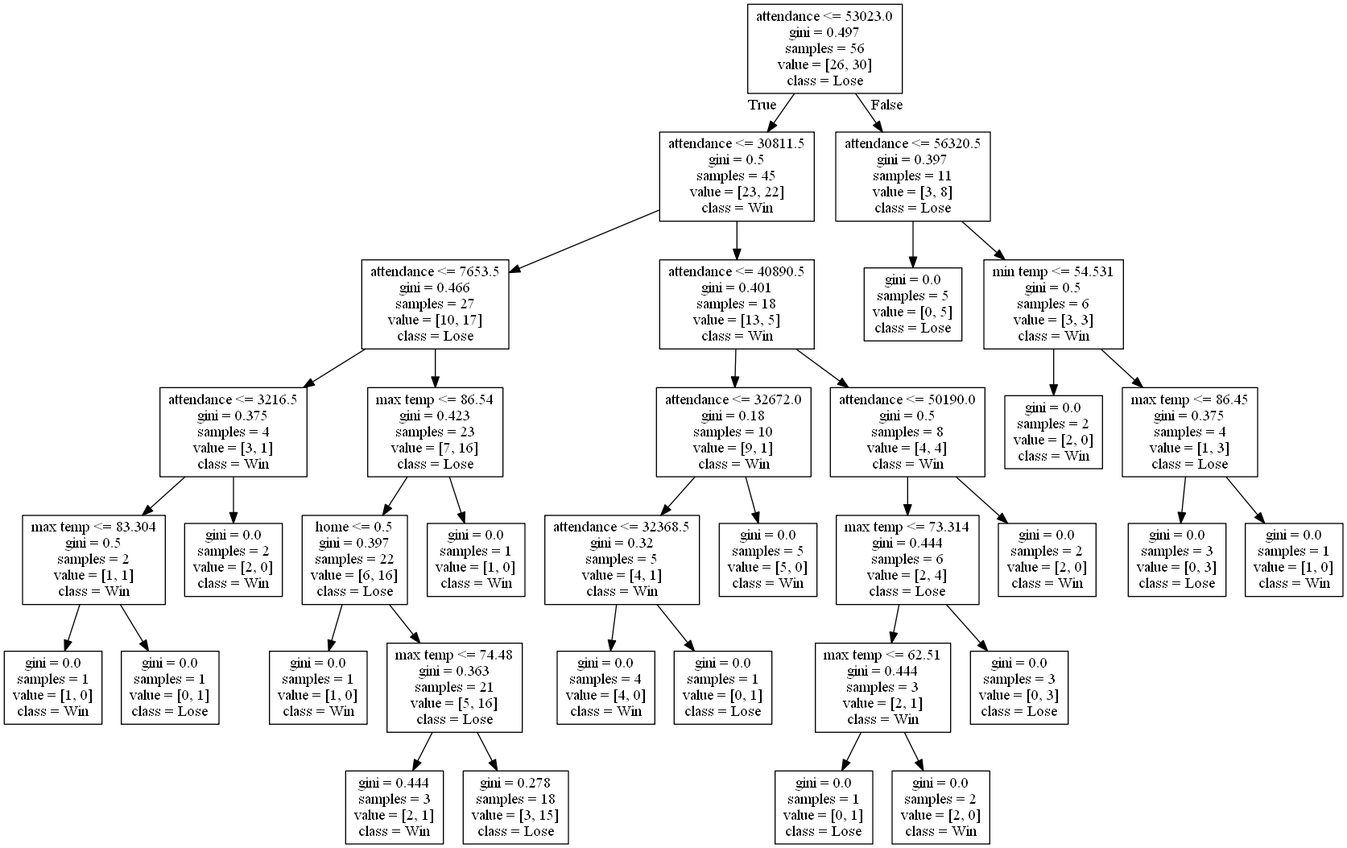
The Graphviz diagram DecisionTrees/decision_tree_no_score4.png in alexana-steck/CSE482Project, before a commit. Its source is kept beside it as DecisionTrees/decision_tree_no_score4.dot. Its diagram source:
```dot
digraph Tree {
node [shape=box] ;
0 [label="attendance <= 53023.0\ngini = 0.497\nsamples = 56\nvalue = [26, 30]\nclass = Lose"] ;
1 [label="attendance <= 30811.5\ngini = 0.5\nsamples = 45\nvalue = [23, 22]\nclass = Win"] ;
0 -> 1 [labeldistance=2.5, labelangle=45, headlabel="True"] ;
2 [label="attendance <= 7653.5\ngini = 0.466\nsamples = 27\nvalue = [10, 17]\nclass = Lose"] ;
1 -> 2 ;
3 [label="attendance <= 3216.5\ngini = 0.375\nsamples = 4\nvalue = [3, 1]\nclass = Win"] ;
2 -> 3 ;
4 [label="max temp <= 83.304\ngini = 0.5\nsamples = 2\nvalue = [1, 1]\nclass = Win"] ;
3 -> 4 ;
5 [label="gini = 0.0\nsamples = 1\nvalue = [1, 0]\nclass = Win"] ;
4 -> 5 ;
6 [label="gini = 0.0\nsamples = 1\nvalue = [0, 1]\nclass = Lose"] ;
4 -> 6 ;
7 [label="gini = 0.0\nsamples = 2\nvalue = [2, 0]\nclass = Win"] ;
3 -> 7 ;
8 [label="max temp <= 86.54\ngini = 0.423\nsamples = 23\nvalue = [7, 16]\nclass = Lose"] ;
2 -> 8 ;
9 [label="home <= 0.5\ngini = 0.397\nsamples = 22\nvalue = [6, 16]\nclass = Lose"] ;
8 -> 9 ;
10 [label="gini = 0.0\nsamples = 1\nvalue = [1, 0]\nclass = Win"] ;
9 -> 10 ;
11 [label="max temp <= 74.48\ngini = 0.363\nsamples = 21\nvalue = [5, 16]\nclass = Lose"] ;
9 -> 11 ;
12 [label="gini = 0.444\nsamples = 3\nvalue = [2, 1]\nclass = Win"] ;
11 -> 12 ;
13 [label="gini = 0.278\nsamples = 18\nvalue = [3, 15]\nclass = Lose"] ;
11 -> 13 ;
14 [label="gini = 0.0\nsamples = 1\nvalue = [1, 0]\nclass = Win"] ;
8 -> 14 ;
15 [label="attendance <= 40890.5\ngini = 0.401\nsamples = 18\nvalue = [13, 5]\nclass = Win"] ;
1 -> 15 ;
16 [label="attendance <= 32672.0\ngini = 0.18\nsamples = 10\nvalue = [9, 1]\nclass = Win"] ;
15 -> 16 ;
17 [label="attendance <= 32368.5\ngini = 0.32\nsamples = 5\nvalue = [4, 1]\nclass = Win"] ;
16 -> 17 ;
18 [label="gini = 0.0\nsamples = 4\nvalue = [4, 0]\nclass = Win"] ;
17 -> 18 ;
19 [label="gini = 0.0\nsamples = 1\nvalue = [0, 1]\nclass = Lose"] ;
17 -> 19 ;
20 [label="gini = 0.0\nsamples = 5\nvalue = [5, 0]\nclass = Win"] ;
16 -> 20 ;
21 [label="attendance <= 50190.0\ngini = 0.5\nsamples = 8\nvalue = [4, 4]\nclass = Win"] ;
15 -> 21 ;
22 [label="max temp <= 73.314\ngini = 0.444\nsamples = 6\nvalue = [2, 4]\nclass = Lose"] ;
21 -> 22 ;
23 [label="max temp <= 62.51\ngini = 0.444\nsamples = 3\nvalue = [2, 1]\nclass = Win"] ;
22 -> 23 ;
24 [label="gini = 0.0\nsamples = 1\nvalue = [0, 1]\nclass = Lose"] ;
23 -> 24 ;
25 [label="gini = 0.0\nsamples = 2\nvalue = [2, 0]\nclass = Win"] ;
23 -> 25 ;
26 [label="gini = 0.0\nsamples = 3\nvalue = [0, 3]\nclass = Lose"] ;
22 -> 26 ;
27 [label="gini = 0.0\nsamples = 2\nvalue = [2, 0]\nclass = Win"] ;
21 -> 27 ;
28 [label="attendance <= 56320.5\ngini = 0.397\nsamples = 11\nvalue = [3, 8]\nclass = Lose"] ;
0 -> 28 [labeldistance=2.5, labelangle=-45, headlabel="False"] ;
29 [label="gini = 0.0\nsamples = 5\nvalue = [0, 5]\nclass = Lose"] ;
28 -> 29 ;
30 [label="min temp <= 54.531\ngini = 0.5\nsamples = 6\nvalue = [3, 3]\nclass = Win"] ;
28 -> 30 ;
31 [label="gini = 0.0\nsamples = 2\nvalue = [2, 0]\nclass = Win"] ;
30 -> 31 ;
32 [label="max temp <= 86.45\ngini = 0.375\nsamples = 4\nvalue = [1, 3]\nclass = Lose"] ;
30 -> 32 ;
33 [label="gini = 0.0\nsamples = 3\nvalue = [0, 3]\nclass = Lose"] ;
32 -> 33 ;
34 [label="gini = 0.0\nsamples = 1\nvalue = [1, 0]\nclass = Win"] ;
32 -> 34 ;
}
```
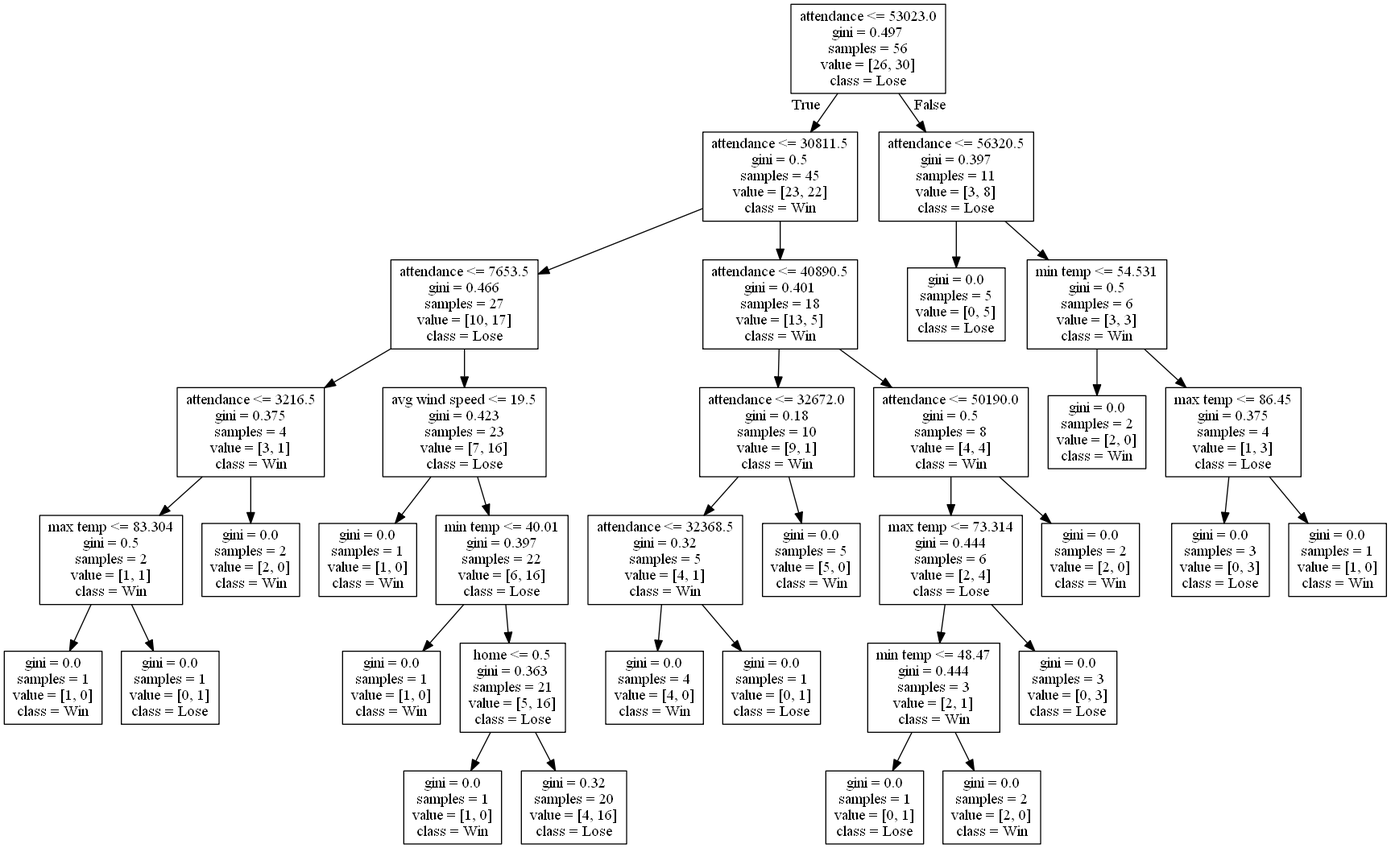
Above is the later version.

Change to the diagram source:
```diff
@@ -15,20 +15,20 @@
 4 -> 6 ;
 7 [label="gini = 0.0\nsamples = 2\nvalue = [2, 0]\nclass = Win"] ;
 3 -> 7 ;
-8 [label="max temp <= 86.54\ngini = 0.423\nsamples = 23\nvalue = [7, 16]\nclass = Lose"] ;
+8 [label="avg wind speed <= 19.5\ngini = 0.423\nsamples = 23\nvalue = [7, 16]\nclass = Lose"] ;
 2 -> 8 ;
-9 [label="home <= 0.5\ngini = 0.397\nsamples = 22\nvalue = [6, 16]\nclass = Lose"] ;
+9 [label="gini = 0.0\nsamples = 1\nvalue = [1, 0]\nclass = Win"] ;
 8 -> 9 ;
-10 [label="gini = 0.0\nsamples = 1\nvalue = [1, 0]\nclass = Win"] ;
-9 -> 10 ;
-11 [label="max temp <= 74.48\ngini = 0.363\nsamples = 21\nvalue = [5, 16]\nclass = Lose"] ;
-9 -> 11 ;
-12 [label="gini = 0.444\nsamples = 3\nvalue = [2, 1]\nclass = Win"] ;
-11 -> 12 ;
-13 [label="gini = 0.278\nsamples = 18\nvalue = [3, 15]\nclass = Lose"] ;
-11 -> 13 ;
-14 [label="gini = 0.0\nsamples = 1\nvalue = [1, 0]\nclass = Win"] ;
-8 -> 14 ;
+10 [label="min temp <= 40.01\ngini = 0.397\nsamples = 22\nvalue = [6, 16]\nclass = Lose"] ;
+8 -> 10 ;
+11 [label="gini = 0.0\nsamples = 1\nvalue = [1, 0]\nclass = Win"] ;
+10 -> 11 ;
+12 [label="home <= 0.5\ngini = 0.363\nsamples = 21\nvalue = [5, 16]\nclass = Lose"] ;
+10 -> 12 ;
+13 [label="gini = 0.0\nsamples = 1\nvalue = [1, 0]\nclass = Win"] ;
+12 -> 13 ;
+14 [label="gini = 0.32\nsamples = 20\nvalue = [4, 16]\nclass = Lose"] ;
+12 -> 14 ;
 15 [label="attendance <= 40890.5\ngini = 0.401\nsamples = 18\nvalue = [13, 5]\nclass = Win"] ;
 1 -> 15 ;
 16 [label="attendance <= 32672.0\ngini = 0.18\nsamples = 10\nvalue = [9, 1]\nclass = Win"] ;
@@ -45,7 +45,7 @@
 15 -> 21 ;
 22 [label="max temp <= 73.314\ngini = 0.444\nsamples = 6\nvalue = [2, 4]\nclass = Lose"] ;
 21 -> 22 ;
-23 [label="max temp <= 62.51\ngini = 0.444\nsamples = 3\nvalue = [2, 1]\nclass = Win"] ;
+23 [label="min temp <= 48.47\ngini = 0.444\nsamples = 3\nvalue = [2, 1]\nclass = Win"] ;
 22 -> 23 ;
 24 [label="gini = 0.0\nsamples = 1\nvalue = [0, 1]\nclass = Lose"] ;
 23 -> 24 ;
```
